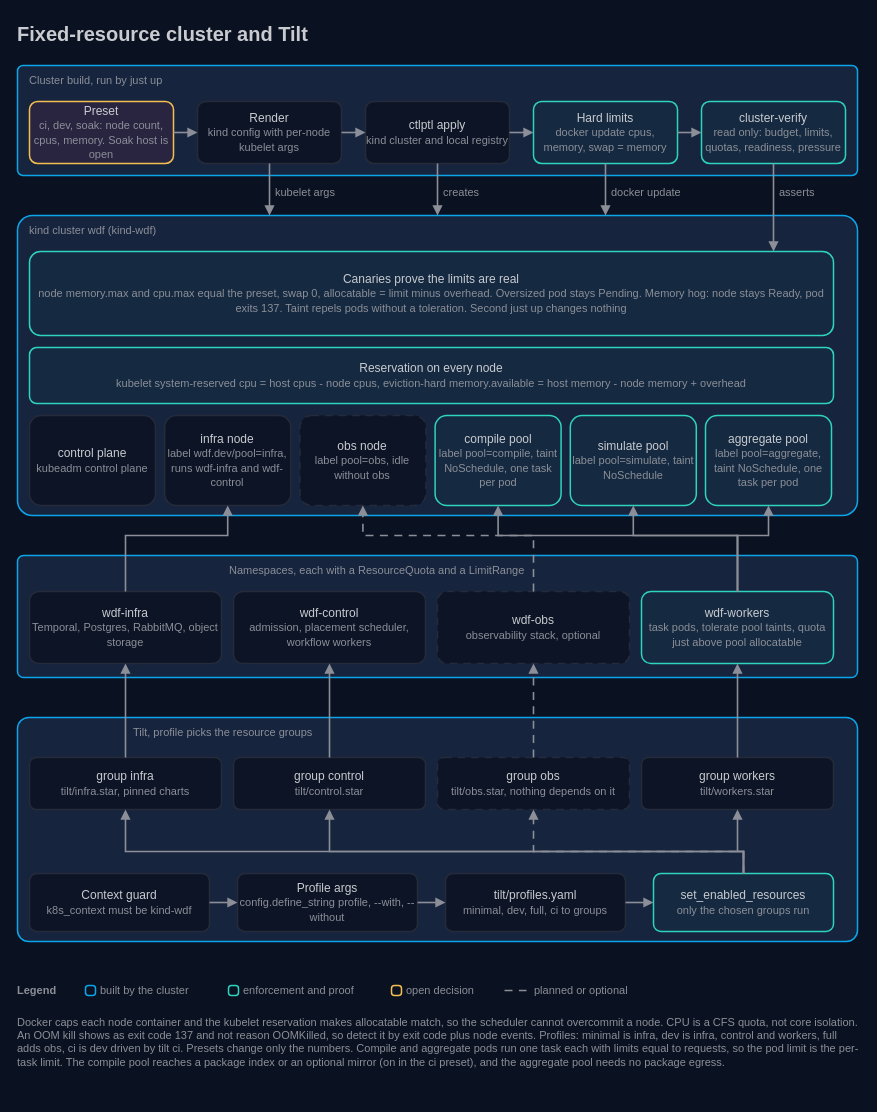
AndoNorth/disyard keeps this draw.io diagram as docs/architecture/09-cluster-and-tilt.drawio. Above is the earlier version. Source tidied: cells renumbered, new cells numbered last; positions are measured from the earlier drawing's top-left corner, leaving out a move shared by most shapes. Both pictures are drawn from the tidied source at 100%, with x=0, y=0 at pixel (17, 17).
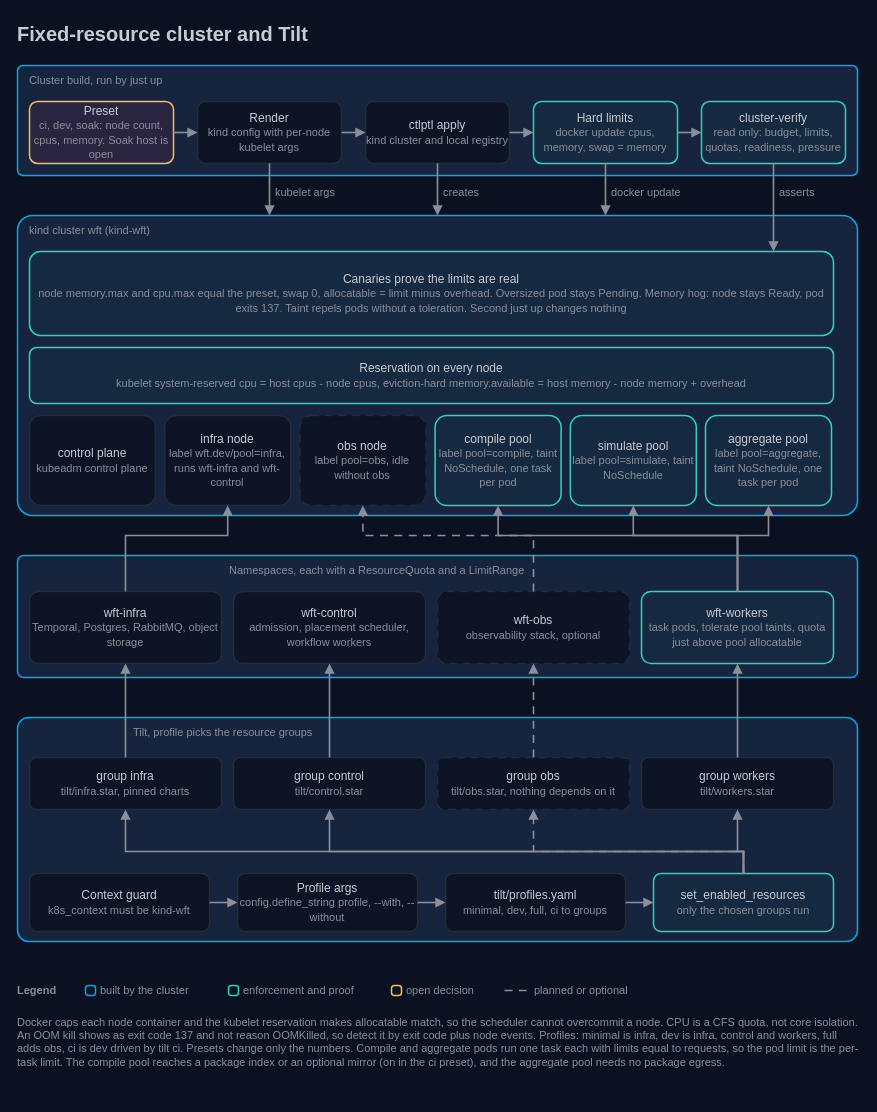
The same page after the edit.

What changed in the source:
```diff
@@
-    <mxCell id="15" value="kind cluster wdf (kind-wdf)" style="text;html=1;strokeColor=none;fillColor=none;align=left;verticalAlign=middle;whiteSpace=wrap;fontColor=#8c8f98;fontSize=11;fontFamily=IBM Plex Sans;spacing=0;" parent="1" vertex="1">
+    <mxCell id="15" value="kind cluster wft (kind-wft)" style="text;html=1;strokeColor=none;fillColor=none;align=left;verticalAlign=middle;whiteSpace=wrap;fontColor=#8c8f98;fontSize=11;fontFamily=IBM Plex Sans;spacing=0;" parent="1" vertex="1">
       <mxGeometry x="12" y="204" width="240" height="18" as="geometry" />
     </mxCell>
@@
-    <mxCell id="19" value="infra node&lt;br&gt;&lt;font color=&quot;#8c8f98&quot; style=&quot;font-size:11px&quot;&gt;label wdf.dev/pool=infra, runs wdf-infra and wdf-control&lt;/font&gt;" style="rounded=1;arcSize=13;html=1;whiteSpace=wrap;fillColor=#0c1425;strokeColor=#252b39;strokeWidth=1.5;fontColor=#c9cbd0;fontSize=12;fontFamily=IBM Plex Sans;" parent="1" vertex="1">
+    <mxCell id="19" value="infra node&lt;br&gt;&lt;font color=&quot;#8c8f98&quot; style=&quot;font-size:11px&quot;&gt;label wft.dev/pool=infra, runs wft-infra and wft-control&lt;/font&gt;" style="rounded=1;arcSize=13;html=1;whiteSpace=wrap;fillColor=#0c1425;strokeColor=#252b39;strokeWidth=1.5;fontColor=#c9cbd0;fontSize=12;fontFamily=IBM Plex Sans;" parent="1" vertex="1">
       <mxGeometry x="147.2" y="398" width="126" height="90" as="geometry" />
     </mxCell>
@@
-    <mxCell id="34" value="wdf-infra&lt;br&gt;&lt;font color=&quot;#8c8f98&quot; style=&quot;font-size:11px&quot;&gt;Temporal, Postgres, RabbitMQ, object storage&lt;/font&gt;" style="rounded=1;arcSize=13;html=1;whiteSpace=wrap;fillColor=#0c1425;strokeColor=#252b39;strokeWidth=1.5;fontColor=#c9cbd0;fontSize=12;fontFamily=IBM Plex Sans;" parent="1" vertex="1">
+    <mxCell id="34" value="wft-infra&lt;br&gt;&lt;font color=&quot;#8c8f98&quot; style=&quot;font-size:11px&quot;&gt;Temporal, Postgres, RabbitMQ, object storage&lt;/font&gt;" style="rounded=1;arcSize=13;html=1;whiteSpace=wrap;fillColor=#0c1425;strokeColor=#252b39;strokeWidth=1.5;fontColor=#c9cbd0;fontSize=12;fontFamily=IBM Plex Sans;" parent="1" vertex="1">
       <mxGeometry x="12" y="574" width="192" height="72" as="geometry" />
     </mxCell>
-    <mxCell id="35" value="wdf-control&lt;br&gt;&lt;font color=&quot;#8c8f98&quot; style=&quot;font-size:11px&quot;&gt;admission, placement scheduler, workflow workers&lt;/font&gt;" style="rounded=1;arcSize=13;html=1;whiteSpace=wrap;fillColor=#0c1425;strokeColor=#252b39;strokeWidth=1.5;fontColor=#c9cbd0;fontSize=12;fontFamily=IBM Plex Sans;" parent="1" vertex="1">
+    <mxCell id="35" value="wft-control&lt;br&gt;&lt;font color=&quot;#8c8f98&quot; style=&quot;font-size:11px&quot;&gt;admission, placement scheduler, workflow workers&lt;/font&gt;" style="rounded=1;arcSize=13;html=1;whiteSpace=wrap;fillColor=#0c1425;strokeColor=#252b39;strokeWidth=1.5;fontColor=#c9cbd0;fontSize=12;fontFamily=IBM Plex Sans;" parent="1" vertex="1">
       <mxGeometry x="216" y="574" width="192" height="72" as="geometry" />
     </mxCell>
-    <mxCell id="36" value="wdf-obs&lt;br&gt;&lt;font color=&quot;#8c8f98&quot; style=&quot;font-size:11px&quot;&gt;observability stack, optional&lt;/font&gt;" style="rounded=1;arcSize=13;html=1;whiteSpace=wrap;fillColor=#0c1425;strokeColor=#252b39;strokeWidth=1.5;fontColor=#c9cbd0;fontSize=12;fontFamily=IBM Plex Sans;dashed=1;dashPattern=5 4;" parent="1" vertex="1">
+    <mxCell id="36" value="wft-obs&lt;br&gt;&lt;font color=&quot;#8c8f98&quot; style=&quot;font-size:11px&quot;&gt;observability stack, optional&lt;/font&gt;" style="rounded=1;arcSize=13;html=1;whiteSpace=wrap;fillColor=#0c1425;strokeColor=#252b39;strokeWidth=1.5;fontColor=#c9cbd0;fontSize=12;fontFamily=IBM Plex Sans;dashed=1;dashPattern=5 4;" parent="1" vertex="1">
       <mxGeometry x="420" y="574" width="192" height="72" as="geometry" />
     </mxCell>
-    <mxCell id="37" value="wdf-workers&lt;br&gt;&lt;font color=&quot;#8c8f98&quot; style=&quot;font-size:11px&quot;&gt;task pods, tolerate pool taints, quota just above pool allocatable&lt;/font&gt;" style="rounded=1;arcSize=13;html=1;whiteSpace=wrap;fillColor=#152940;strokeColor=#2fd4bf;strokeWidth=1.5;fontColor=#c9cbd0;fontSize=12;fontFamily=IBM Plex Sans;" parent="1" vertex="1">
+    <mxCell id="37" value="wft-workers&lt;br&gt;&lt;font color=&quot;#8c8f98&quot; style=&quot;font-size:11px&quot;&gt;task pods, tolerate pool taints, quota just above pool allocatable&lt;/font&gt;" style="rounded=1;arcSize=13;html=1;whiteSpace=wrap;fillColor=#152940;strokeColor=#2fd4bf;strokeWidth=1.5;fontColor=#c9cbd0;fontSize=12;fontFamily=IBM Plex Sans;" parent="1" vertex="1">
       <mxGeometry x="624" y="574" width="192" height="72" as="geometry" />
     </mxCell>
@@
-    <mxCell id="53" value="Context guard&lt;br&gt;&lt;font color=&quot;#8c8f98&quot; style=&quot;font-size:11px&quot;&gt;k8s_context must be kind-wdf&lt;/font&gt;" style="rounded=1;arcSize=13;html=1;whiteSpace=wrap;fillColor=#0c1425;strokeColor=#252b39;strokeWidth=1.5;fontColor=#c9cbd0;fontSize=12;fontFamily=IBM Plex Sans;" parent="1" vertex="1">
+    <mxCell id="53" value="Context guard&lt;br&gt;&lt;font color=&quot;#8c8f98&quot; style=&quot;font-size:11px&quot;&gt;k8s_context must be kind-wft&lt;/font&gt;" style="rounded=1;arcSize=13;html=1;whiteSpace=wrap;fillColor=#0c1425;strokeColor=#252b39;strokeWidth=1.5;fontColor=#c9cbd0;fontSize=12;fontFamily=IBM Plex Sans;" parent="1" vertex="1">
       <mxGeometry x="12" y="856" width="180" height="58" as="geometry" />
     </mxCell>
```
